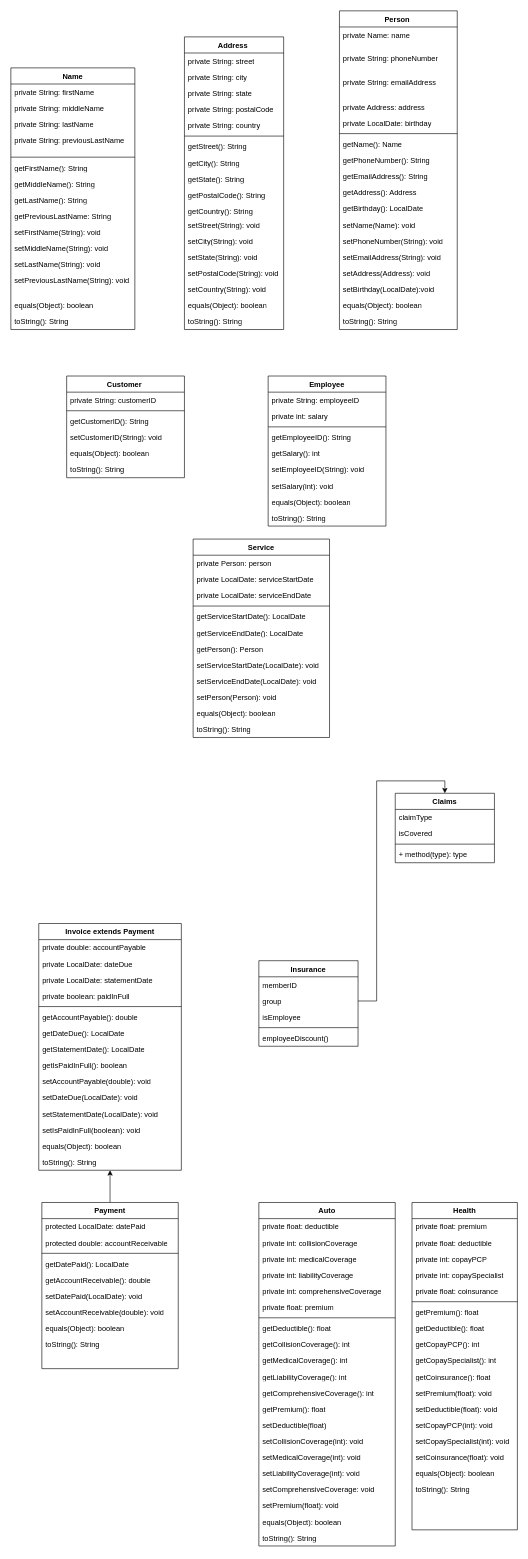
The draw.io diagram Documentation/InsuranceCompanyClassDiagram.drawio in asamczynski-solvd/InsuranceCompany, before the edit. Source tidied: cells renumbered, new cells numbered last; positions are measured from the earlier drawing's top-left corner, leaving out a move shared by most shapes. Both pictures are drawn from the tidied source at 62%, with x=0, y=0 at pixel (11, 11).
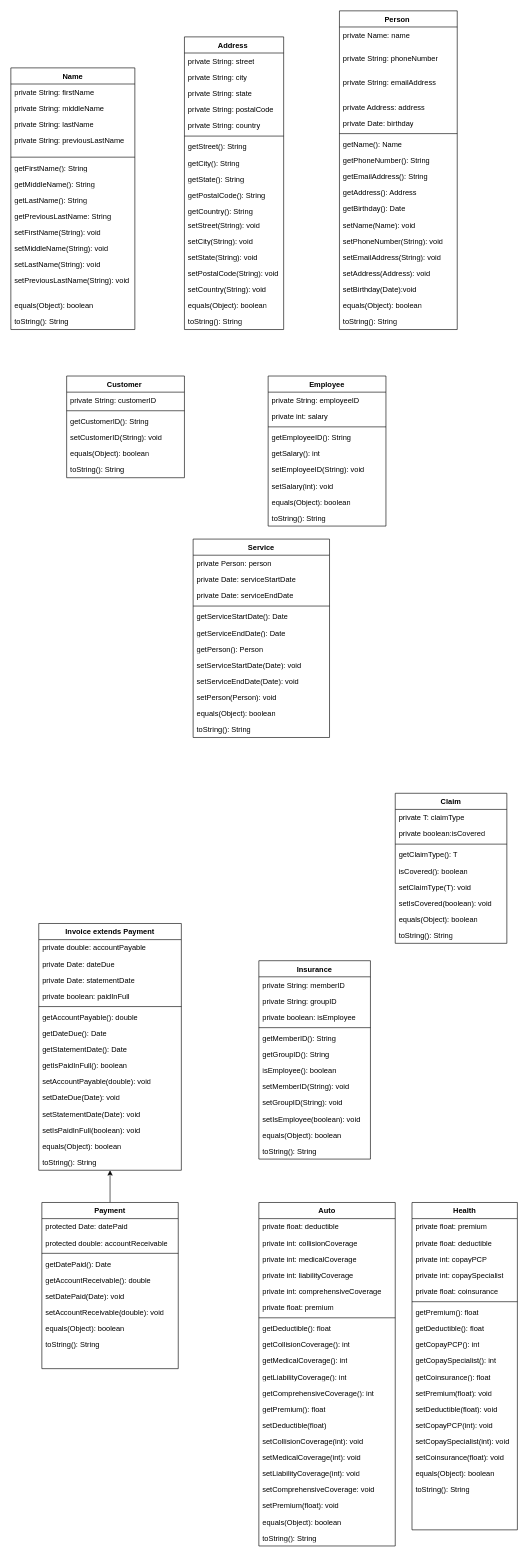
The same diagram, later.

Commit message (it also covers changes not shown here):
Created new classes, changed LocalDate to Date, Instantiated implemented classes

The change refers to these unchanged cells:
```xml
<mxCell id="2" value="Invoice extends Payment" style="swimlane;fontStyle=1;align=center;verticalAlign=top;horizontal=1;startSize=26;whiteSpace=wrap;html=1;" parent="1" vertex="1">
  <mxGeometry x="45" y="1472" width="230" height="398" as="geometry" />
</mxCell>
<mxCell id="31" value="Payment" style="swimlane;fontStyle=1;align=center;verticalAlign=top;horizontal=1;startSize=26;whiteSpace=wrap;html=1;" parent="1" vertex="1">
  <mxGeometry x="50" y="1922" width="220" height="268" as="geometry" />
</mxCell>
<mxCell id="85" value="Service" style="swimlane;fontStyle=1;align=center;verticalAlign=top;horizontal=1;startSize=26;whiteSpace=wrap;html=1;" parent="1" vertex="1">
  <mxGeometry x="294" y="852" width="220" height="320" as="geometry" />
</mxCell>
<mxCell id="98" value="Person&amp;nbsp;" style="swimlane;fontStyle=1;align=center;verticalAlign=top;horizontal=1;startSize=26;whiteSpace=wrap;html=1;" parent="1" vertex="1">
  <mxGeometry x="530" width="190" height="514" as="geometry" />
</mxCell>
```

Change to the diagram source:
```diff
@@
-    <mxCell id="4" value="private LocalDate: dateDue" style="text;strokeColor=none;fillColor=none;align=left;verticalAlign=top;spacingLeft=4;spacingRight=4;overflow=hidden;whiteSpace=wrap;html=1;" parent="2" vertex="1">
+    <mxCell id="4" value="private Date: dateDue" style="text;strokeColor=none;fillColor=none;align=left;verticalAlign=top;spacingLeft=4;spacingRight=4;overflow=hidden;whiteSpace=wrap;html=1;" parent="2" vertex="1">
       <mxGeometry y="52" width="230" height="26" as="geometry" />
     </mxCell>
-    <mxCell id="5" value="private LocalDate: statementDate" style="text;strokeColor=none;fillColor=none;align=left;verticalAlign=top;spacingLeft=4;spacingRight=4;overflow=hidden;whiteSpace=wrap;html=1;" parent="2" vertex="1">
+    <mxCell id="5" value="private Date: statementDate" style="text;strokeColor=none;fillColor=none;align=left;verticalAlign=top;spacingLeft=4;spacingRight=4;overflow=hidden;whiteSpace=wrap;html=1;" parent="2" vertex="1">
       <mxGeometry y="78" width="230" height="26" as="geometry" />
     </mxCell>
@@
-    <mxCell id="9" value="getDateDue(): LocalDate" style="text;strokeColor=none;fillColor=none;align=left;verticalAlign=top;spacingLeft=4;spacingRight=4;overflow=hidden;whiteSpace=wrap;html=1;" parent="2" vertex="1">
+    <mxCell id="9" value="getDateDue(): Date" style="text;strokeColor=none;fillColor=none;align=left;verticalAlign=top;spacingLeft=4;spacingRight=4;overflow=hidden;whiteSpace=wrap;html=1;" parent="2" vertex="1">
       <mxGeometry y="164" width="230" height="26" as="geometry" />
     </mxCell>
-    <mxCell id="10" value="getStatementDate(): LocalDate" style="text;strokeColor=none;fillColor=none;align=left;verticalAlign=top;spacingLeft=4;spacingRight=4;overflow=hidden;whiteSpace=wrap;html=1;" parent="2" vertex="1">
+    <mxCell id="10" value="getStatementDate(): Date" style="text;strokeColor=none;fillColor=none;align=left;verticalAlign=top;spacingLeft=4;spacingRight=4;overflow=hidden;whiteSpace=wrap;html=1;" parent="2" vertex="1">
       <mxGeometry y="190" width="230" height="26" as="geometry" />
     </mxCell>
@@
-    <mxCell id="13" value="setDateDue(LocalDate): void" style="text;strokeColor=none;fillColor=none;align=left;verticalAlign=top;spacingLeft=4;spacingRight=4;overflow=hidden;whiteSpace=wrap;html=1;" parent="2" vertex="1">
+    <mxCell id="13" value="setDateDue(Date): void" style="text;strokeColor=none;fillColor=none;align=left;verticalAlign=top;spacingLeft=4;spacingRight=4;overflow=hidden;whiteSpace=wrap;html=1;" parent="2" vertex="1">
       <mxGeometry y="268" width="230" height="26" as="geometry" />
     </mxCell>
-    <mxCell id="14" value="setStatementDate(LocalDate): void" style="text;strokeColor=none;fillColor=none;align=left;verticalAlign=top;spacingLeft=4;spacingRight=4;overflow=hidden;whiteSpace=wrap;html=1;" parent="2" vertex="1">
+    <mxCell id="14" value="setStatementDate(Date): void" style="text;strokeColor=none;fillColor=none;align=left;verticalAlign=top;spacingLeft=4;spacingRight=4;overflow=hidden;whiteSpace=wrap;html=1;" parent="2" vertex="1">
       <mxGeometry y="294" width="230" height="26" as="geometry" />
     </mxCell>
@@
     <mxCell id="18" value="Insurance" style="swimlane;fontStyle=1;align=center;verticalAlign=top;horizontal=1;startSize=26;whiteSpace=wrap;html=1;" parent="1" vertex="1">
-      <mxGeometry x="400" y="1532" width="160" height="138" as="geometry" />
+      <mxGeometry x="400" y="1532" width="180" height="320" as="geometry" />
     </mxCell>
-    <mxCell id="19" value="memberID" style="text;strokeColor=none;fillColor=none;align=left;verticalAlign=top;spacingLeft=4;spacingRight=4;overflow=hidden;whiteSpace=wrap;html=1;" parent="18" vertex="1">
-      <mxGeometry y="26" width="160" height="26" as="geometry" />
+    <mxCell id="19" value="private String: memberID" style="text;strokeColor=none;fillColor=none;align=left;verticalAlign=top;spacingLeft=4;spacingRight=4;overflow=hidden;whiteSpace=wrap;html=1;" parent="18" vertex="1">
+      <mxGeometry y="26" width="180" height="26" as="geometry" />
     </mxCell>
-    <mxCell id="20" value="group" style="text;strokeColor=none;fillColor=none;align=left;verticalAlign=top;spacingLeft=4;spacingRight=4;overflow=hidden;points=[[0,0.5],[1,0.5]];portConstraint=eastwest;whiteSpace=wrap;html=1;" parent="18" vertex="1">
-      <mxGeometry y="52" width="160" height="26" as="geometry" />
+    <mxCell id="20" value="private String: groupID" style="text;strokeColor=none;fillColor=none;align=left;verticalAlign=top;spacingLeft=4;spacingRight=4;overflow=hidden;points=[[0,0.5],[1,0.5]];portConstraint=eastwest;whiteSpace=wrap;html=1;" parent="18" vertex="1">
+      <mxGeometry y="52" width="180" height="26" as="geometry" />
     </mxCell>
-    <mxCell id="21" value="isEmployee" style="text;strokeColor=none;fillColor=none;align=left;verticalAlign=top;spacingLeft=4;spacingRight=4;overflow=hidden;whiteSpace=wrap;html=1;" parent="18" vertex="1">
-      <mxGeometry y="78" width="160" height="26" as="geometry" />
+    <mxCell id="21" value="private boolean: isEmployee" style="text;strokeColor=none;fillColor=none;align=left;verticalAlign=top;spacingLeft=4;spacingRight=4;overflow=hidden;whiteSpace=wrap;html=1;" parent="18" vertex="1">
+      <mxGeometry y="78" width="180" height="26" as="geometry" />
     </mxCell>
     <mxCell id="22" style="line;strokeWidth=1;fillColor=none;align=left;verticalAlign=middle;spacingTop=-1;spacingLeft=3;spacingRight=3;labelPosition=right;strokeColor=inherit;" parent="18" vertex="1">
-      <mxGeometry y="104" width="160" height="8" as="geometry" />
+      <mxGeometry y="104" width="180" height="8" as="geometry" />
     </mxCell>
-    <mxCell id="23" value="employeeDiscount()" style="text;strokeColor=none;fillColor=none;align=left;verticalAlign=top;spacingLeft=4;spacingRight=4;overflow=hidden;whiteSpace=wrap;html=1;" parent="18" vertex="1">
-      <mxGeometry y="112" width="160" height="26" as="geometry" />
-    </mxCell>
+    <mxCell id="169" value="getMemberID(): String" style="text;strokeColor=none;fillColor=none;align=left;verticalAlign=top;spacingLeft=4;spacingRight=4;overflow=hidden;whiteSpace=wrap;html=1;" parent="18" vertex="1">
+      <mxGeometry y="112" width="180" height="26" as="geometry" />
+    </mxCell>
+    <mxCell id="170" value="getGroupID(): String" style="text;strokeColor=none;fillColor=none;align=left;verticalAlign=top;spacingLeft=4;spacingRight=4;overflow=hidden;whiteSpace=wrap;html=1;" parent="18" vertex="1">
+      <mxGeometry y="138" width="180" height="26" as="geometry" />
+    </mxCell>
+    <mxCell id="171" value="isEmployee(): boolean" style="text;strokeColor=none;fillColor=none;align=left;verticalAlign=top;spacingLeft=4;spacingRight=4;overflow=hidden;whiteSpace=wrap;html=1;" parent="18" vertex="1">
+      <mxGeometry y="164" width="180" height="26" as="geometry" />
+    </mxCell>
+    <mxCell id="172" value="setMemberID(String): void" style="text;strokeColor=none;fillColor=none;align=left;verticalAlign=top;spacingLeft=4;spacingRight=4;overflow=hidden;whiteSpace=wrap;html=1;" parent="18" vertex="1">
+      <mxGeometry y="190" width="180" height="26" as="geometry" />
+    </mxCell>
+    <mxCell id="173" value="setGroupID(String): void" style="text;strokeColor=none;fillColor=none;align=left;verticalAlign=top;spacingLeft=4;spacingRight=4;overflow=hidden;whiteSpace=wrap;html=1;" parent="18" vertex="1">
+      <mxGeometry y="216" width="180" height="26" as="geometry" />
+    </mxCell>
+    <mxCell id="174" value="setIsEmployee(boolean): void" style="text;strokeColor=none;fillColor=none;align=left;verticalAlign=top;spacingLeft=4;spacingRight=4;overflow=hidden;whiteSpace=wrap;html=1;" parent="18" vertex="1">
+      <mxGeometry y="242" width="180" height="26" as="geometry" />
+    </mxCell>
+    <mxCell id="175" value="equals(Object): boolean" style="text;strokeColor=none;fillColor=none;align=left;verticalAlign=top;spacingLeft=4;spacingRight=4;overflow=hidden;whiteSpace=wrap;html=1;" parent="18" vertex="1">
+      <mxGeometry y="268" width="180" height="26" as="geometry" />
+    </mxCell>
+    <mxCell id="176" value="toString(): String" style="text;strokeColor=none;fillColor=none;align=left;verticalAlign=top;spacingLeft=4;spacingRight=4;overflow=hidden;whiteSpace=wrap;html=1;" parent="18" vertex="1">
+      <mxGeometry y="294" width="180" height="26" as="geometry" />
+    </mxCell>
-    <mxCell id="24" value="Claims" style="swimlane;fontStyle=1;align=center;verticalAlign=top;horizontal=1;startSize=26;whiteSpace=wrap;html=1;" parent="1" vertex="1">
-      <mxGeometry x="620" y="1262" width="160" height="112" as="geometry" />
+    <mxCell id="24" value="Claim" style="swimlane;fontStyle=1;align=center;verticalAlign=top;horizontal=1;startSize=26;whiteSpace=wrap;html=1;" parent="1" vertex="1">
+      <mxGeometry x="620" y="1262" width="180" height="242" as="geometry" />
     </mxCell>
-    <mxCell id="25" value="claimType" style="text;strokeColor=none;fillColor=none;align=left;verticalAlign=top;spacingLeft=4;spacingRight=4;overflow=hidden;whiteSpace=wrap;html=1;" parent="24" vertex="1">
-      <mxGeometry y="26" width="160" height="26" as="geometry" />
+    <mxCell id="25" value="private T: claimType" style="text;strokeColor=none;fillColor=none;align=left;verticalAlign=top;spacingLeft=4;spacingRight=4;overflow=hidden;whiteSpace=wrap;html=1;" parent="24" vertex="1">
+      <mxGeometry y="26" width="180" height="26" as="geometry" />
     </mxCell>
-    <mxCell id="26" value="isCovered" style="text;strokeColor=none;fillColor=none;align=left;verticalAlign=top;spacingLeft=4;spacingRight=4;overflow=hidden;whiteSpace=wrap;html=1;" parent="24" vertex="1">
-      <mxGeometry y="52" width="160" height="26" as="geometry" />
+    <mxCell id="26" value="private boolean:isCovered" style="text;strokeColor=none;fillColor=none;align=left;verticalAlign=top;spacingLeft=4;spacingRight=4;overflow=hidden;whiteSpace=wrap;html=1;" parent="24" vertex="1">
+      <mxGeometry y="52" width="180" height="26" as="geometry" />
     </mxCell>
     <mxCell id="27" style="line;strokeWidth=1;fillColor=none;align=left;verticalAlign=middle;spacingTop=-1;spacingLeft=3;spacingRight=3;labelPosition=right;strokeColor=inherit;" parent="24" vertex="1">
-      <mxGeometry y="78" width="160" height="8" as="geometry" />
+      <mxGeometry y="78" width="180" height="8" as="geometry" />
     </mxCell>
-    <mxCell id="28" value="+ method(type): type" style="text;strokeColor=none;fillColor=none;align=left;verticalAlign=top;spacingLeft=4;spacingRight=4;overflow=hidden;whiteSpace=wrap;html=1;" parent="24" vertex="1">
-      <mxGeometry y="86" width="160" height="26" as="geometry" />
+    <mxCell id="28" value="getClaimType(): T" style="text;strokeColor=none;fillColor=none;align=left;verticalAlign=top;spacingLeft=4;spacingRight=4;overflow=hidden;whiteSpace=wrap;html=1;" parent="24" vertex="1">
+      <mxGeometry y="86" width="180" height="26" as="geometry" />
     </mxCell>
-    <mxCell id="29" style="edgeStyle=orthogonalEdgeStyle;rounded=0;jettySize=auto;html=1;exitX=1;exitY=0.5;exitDx=0;exitDy=0;entryX=0.5;entryY=0;entryDx=0;entryDy=0;" parent="1" edge="1" source="20" target="24">
-      <mxGeometry relative="1" as="geometry" />
-    </mxCell>
+    <mxCell id="177" value="isCovered(): boolean" style="text;strokeColor=none;fillColor=none;align=left;verticalAlign=top;spacingLeft=4;spacingRight=4;overflow=hidden;whiteSpace=wrap;html=1;" parent="24" vertex="1">
+      <mxGeometry y="112" width="180" height="26" as="geometry" />
+    </mxCell>
+    <mxCell id="178" value="setClaimType(T): void" style="text;strokeColor=none;fillColor=none;align=left;verticalAlign=top;spacingLeft=4;spacingRight=4;overflow=hidden;whiteSpace=wrap;html=1;" parent="24" vertex="1">
+      <mxGeometry y="138" width="180" height="26" as="geometry" />
+    </mxCell>
+    <mxCell id="179" value="setIsCovered(boolean): void" style="text;strokeColor=none;fillColor=none;align=left;verticalAlign=top;spacingLeft=4;spacingRight=4;overflow=hidden;whiteSpace=wrap;html=1;" parent="24" vertex="1">
+      <mxGeometry y="164" width="180" height="26" as="geometry" />
+    </mxCell>
+    <mxCell id="180" value="equals(Object): boolean" style="text;strokeColor=none;fillColor=none;align=left;verticalAlign=top;spacingLeft=4;spacingRight=4;overflow=hidden;whiteSpace=wrap;html=1;" parent="24" vertex="1">
+      <mxGeometry y="190" width="180" height="26" as="geometry" />
+    </mxCell>
+    <mxCell id="181" value="toString(): String" style="text;strokeColor=none;fillColor=none;align=left;verticalAlign=top;spacingLeft=4;spacingRight=4;overflow=hidden;whiteSpace=wrap;html=1;" parent="24" vertex="1">
+      <mxGeometry y="216" width="180" height="26" as="geometry" />
+    </mxCell>
@@
-    <mxCell id="32" value="protected LocalDate: datePaid" style="text;strokeColor=none;fillColor=none;align=left;verticalAlign=top;spacingLeft=4;spacingRight=4;overflow=hidden;whiteSpace=wrap;html=1;" parent="31" vertex="1">
+    <mxCell id="32" value="protected Date: datePaid" style="text;strokeColor=none;fillColor=none;align=left;verticalAlign=top;spacingLeft=4;spacingRight=4;overflow=hidden;whiteSpace=wrap;html=1;" parent="31" vertex="1">
       <mxGeometry y="26" width="220" height="26" as="geometry" />
     </mxCell>
@@
-    <mxCell id="35" value="getDatePaid(): LocalDate" style="text;strokeColor=none;fillColor=none;align=left;verticalAlign=top;spacingLeft=4;spacingRight=4;overflow=hidden;whiteSpace=wrap;html=1;" parent="31" vertex="1">
+    <mxCell id="35" value="getDatePaid(): Date" style="text;strokeColor=none;fillColor=none;align=left;verticalAlign=top;spacingLeft=4;spacingRight=4;overflow=hidden;whiteSpace=wrap;html=1;" parent="31" vertex="1">
       <mxGeometry y="86" width="220" height="26" as="geometry" />
     </mxCell>
@@
-    <mxCell id="37" value="setDatePaid(LocalDate): void" style="text;strokeColor=none;fillColor=none;align=left;verticalAlign=top;spacingLeft=4;spacingRight=4;overflow=hidden;whiteSpace=wrap;html=1;" parent="31" vertex="1">
+    <mxCell id="37" value="setDatePaid(Date): void" style="text;strokeColor=none;fillColor=none;align=left;verticalAlign=top;spacingLeft=4;spacingRight=4;overflow=hidden;whiteSpace=wrap;html=1;" parent="31" vertex="1">
       <mxGeometry y="138" width="220" height="26" as="geometry" />
     </mxCell>
@@
-    <mxCell id="87" value="private LocalDate: serviceStartDate" style="text;strokeColor=none;fillColor=none;align=left;verticalAlign=top;spacingLeft=4;spacingRight=4;overflow=hidden;whiteSpace=wrap;html=1;" parent="85" vertex="1">
+    <mxCell id="87" value="private Date: serviceStartDate" style="text;strokeColor=none;fillColor=none;align=left;verticalAlign=top;spacingLeft=4;spacingRight=4;overflow=hidden;whiteSpace=wrap;html=1;" parent="85" vertex="1">
       <mxGeometry y="52" width="220" height="26" as="geometry" />
     </mxCell>
-    <mxCell id="88" value="private LocalDate: serviceEndDate" style="text;strokeColor=none;fillColor=none;align=left;verticalAlign=top;spacingLeft=4;spacingRight=4;overflow=hidden;whiteSpace=wrap;html=1;" parent="85" vertex="1">
+    <mxCell id="88" value="private Date: serviceEndDate" style="text;strokeColor=none;fillColor=none;align=left;verticalAlign=top;spacingLeft=4;spacingRight=4;overflow=hidden;whiteSpace=wrap;html=1;" parent="85" vertex="1">
       <mxGeometry y="78" width="220" height="26" as="geometry" />
     </mxCell>
@@
-    <mxCell id="90" value="getServiceStartDate(): LocalDate" style="text;strokeColor=none;fillColor=none;align=left;verticalAlign=top;spacingLeft=4;spacingRight=4;overflow=hidden;whiteSpace=wrap;html=1;" parent="85" vertex="1">
+    <mxCell id="90" value="getServiceStartDate(): Date" style="text;strokeColor=none;fillColor=none;align=left;verticalAlign=top;spacingLeft=4;spacingRight=4;overflow=hidden;whiteSpace=wrap;html=1;" parent="85" vertex="1">
       <mxGeometry y="112" width="220" height="26" as="geometry" />
     </mxCell>
-    <mxCell id="91" value="getServiceEndDate(): LocalDate" style="text;strokeColor=none;fillColor=none;align=left;verticalAlign=top;spacingLeft=4;spacingRight=4;overflow=hidden;whiteSpace=wrap;html=1;" parent="85" vertex="1">
+    <mxCell id="91" value="getServiceEndDate(): Date" style="text;strokeColor=none;fillColor=none;align=left;verticalAlign=top;spacingLeft=4;spacingRight=4;overflow=hidden;whiteSpace=wrap;html=1;" parent="85" vertex="1">
       <mxGeometry y="138" width="220" height="26" as="geometry" />
     </mxCell>
@@
-    <mxCell id="93" value="setServiceStartDate(LocalDate): void" style="text;strokeColor=none;fillColor=none;align=left;verticalAlign=top;spacingLeft=4;spacingRight=4;overflow=hidden;whiteSpace=wrap;html=1;" parent="85" vertex="1">
+    <mxCell id="93" value="setServiceStartDate(Date): void" style="text;strokeColor=none;fillColor=none;align=left;verticalAlign=top;spacingLeft=4;spacingRight=4;overflow=hidden;whiteSpace=wrap;html=1;" parent="85" vertex="1">
       <mxGeometry y="190" width="220" height="26" as="geometry" />
     </mxCell>
-    <mxCell id="94" value="setServiceEndDate(LocalDate): void" style="text;strokeColor=none;fillColor=none;align=left;verticalAlign=top;spacingLeft=4;spacingRight=4;overflow=hidden;whiteSpace=wrap;html=1;" parent="85" vertex="1">
+    <mxCell id="94" value="setServiceEndDate(Date): void" style="text;strokeColor=none;fillColor=none;align=left;verticalAlign=top;spacingLeft=4;spacingRight=4;overflow=hidden;whiteSpace=wrap;html=1;" parent="85" vertex="1">
       <mxGeometry y="216" width="220" height="26" as="geometry" />
     </mxCell>
@@
-    <mxCell id="103" value="private LocalDate: birthday" style="text;strokeColor=none;fillColor=none;align=left;verticalAlign=top;spacingLeft=4;spacingRight=4;overflow=hidden;whiteSpace=wrap;html=1;" parent="98" vertex="1">
+    <mxCell id="103" value="private Date: birthday" style="text;strokeColor=none;fillColor=none;align=left;verticalAlign=top;spacingLeft=4;spacingRight=4;overflow=hidden;whiteSpace=wrap;html=1;" parent="98" vertex="1">
       <mxGeometry y="168" width="190" height="26" as="geometry" />
     </mxCell>
@@
-    <mxCell id="109" value="getBirthday(): LocalDate" style="text;strokeColor=none;fillColor=none;align=left;verticalAlign=top;spacingLeft=4;spacingRight=4;overflow=hidden;whiteSpace=wrap;html=1;" parent="98" vertex="1">
+    <mxCell id="109" value="getBirthday(): Date" style="text;strokeColor=none;fillColor=none;align=left;verticalAlign=top;spacingLeft=4;spacingRight=4;overflow=hidden;whiteSpace=wrap;html=1;" parent="98" vertex="1">
       <mxGeometry y="306" width="190" height="26" as="geometry" />
     </mxCell>
@@
-    <mxCell id="114" value="setBirthday(LocalDate):void" style="text;strokeColor=none;fillColor=none;align=left;verticalAlign=top;spacingLeft=4;spacingRight=4;overflow=hidden;whiteSpace=wrap;html=1;" parent="98" vertex="1">
+    <mxCell id="114" value="setBirthday(Date):void" style="text;strokeColor=none;fillColor=none;align=left;verticalAlign=top;spacingLeft=4;spacingRight=4;overflow=hidden;whiteSpace=wrap;html=1;" parent="98" vertex="1">
       <mxGeometry y="436" width="190" height="26" as="geometry" />
     </mxCell>
```
